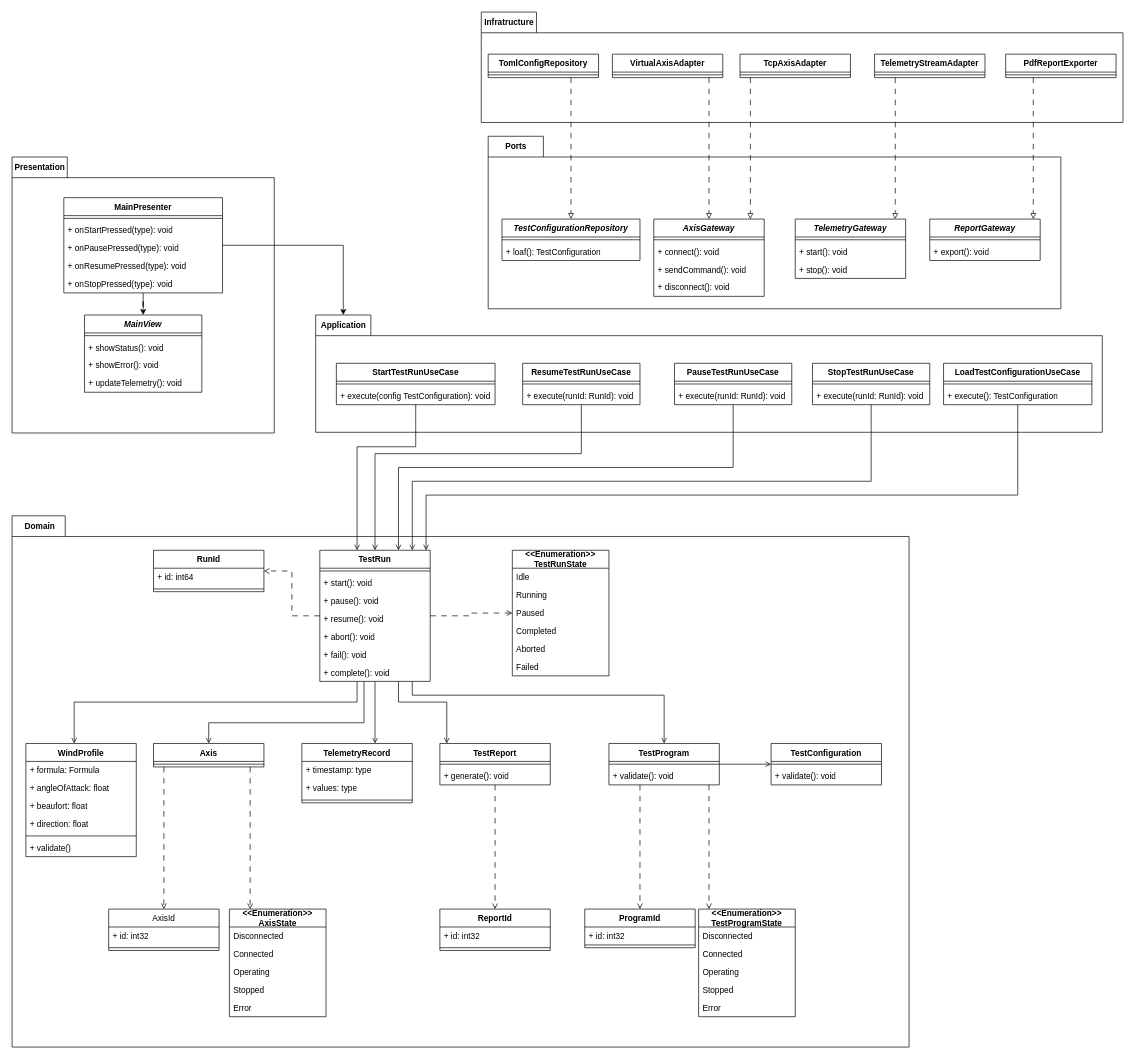
Before: page "ДК" (10 of 10) of docs/diagrams/analytics-artifacts.drawio in TarkWight/uas-test-system, a draw.io diagram. Source tidied: cells renumbered, new cells numbered last; positions are measured from the earlier drawing's top-left corner, leaving out a move shared by most shapes. Both pictures are drawn from the tidied source at 69%, with x=0, y=0 at pixel (12, 12).
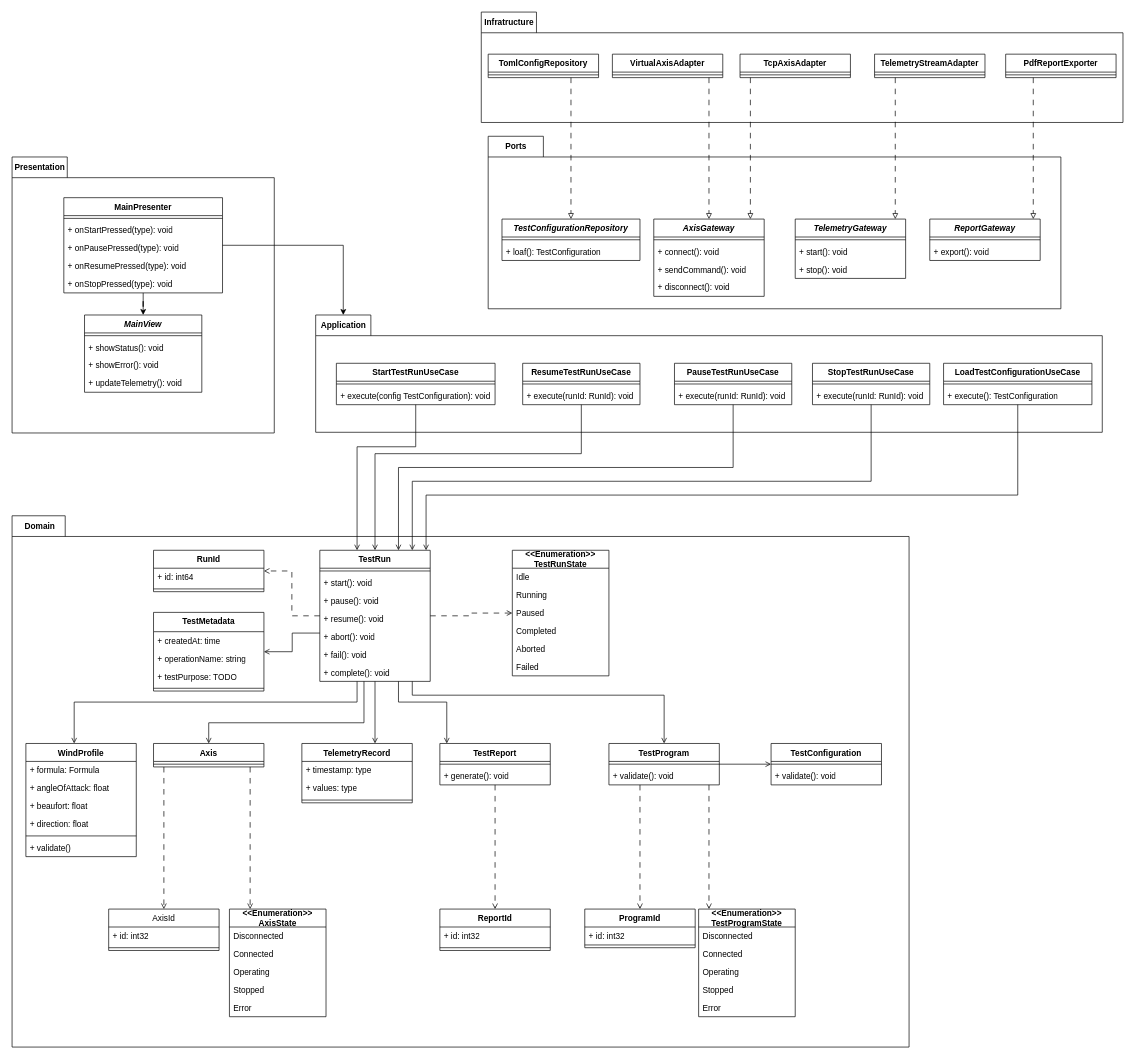
The same page after the edit.

The change refers to these unchanged cells:
```xml
<mxCell id="68" value="TestRun" style="swimlane;fontStyle=1;align=center;verticalAlign=top;horizontal=1;startSize=26;whiteSpace=wrap;html=1;" parent="1" vertex="1">
  <mxGeometry x="446" y="780" width="160" height="190" as="geometry" />
</mxCell>
```

Diff of the diagram source:
```diff
@@
+    <mxCell id="149" style="edgeStyle=orthogonalEdgeStyle;rounded=0;jettySize=auto;html=1;endArrow=open;endFill=0;" parent="1" edge="1" source="68" target="150">
+      <mxGeometry relative="1" as="geometry">
+        <Array as="points">
+          <mxPoint x="406" y="900" />
+          <mxPoint x="406" y="927" />
+        </Array>
+      </mxGeometry>
+    </mxCell>
@@
+    <mxCell id="150" value="TestMetadata" style="swimlane;fontStyle=1;align=center;verticalAlign=top;horizontal=1;startSize=28;whiteSpace=wrap;html=1;" parent="1" vertex="1">
+      <mxGeometry x="205" y="870" width="160" height="114" as="geometry" />
+    </mxCell>
+    <mxCell id="151" value="+ createdAt: time" style="text;strokeColor=none;fillColor=none;align=left;verticalAlign=top;spacingLeft=4;spacingRight=4;overflow=hidden;whiteSpace=wrap;html=1;" parent="150" vertex="1">
+      <mxGeometry y="28" width="160" height="26" as="geometry" />
+    </mxCell>
+    <mxCell id="152" value="+ operationName: string" style="text;strokeColor=none;fillColor=none;align=left;verticalAlign=top;spacingLeft=4;spacingRight=4;overflow=hidden;whiteSpace=wrap;html=1;" parent="150" vertex="1">
+      <mxGeometry y="54" width="160" height="26" as="geometry" />
+    </mxCell>
+    <mxCell id="153" value="+ testPurpose: TODO" style="text;strokeColor=none;fillColor=none;align=left;verticalAlign=top;spacingLeft=4;spacingRight=4;overflow=hidden;whiteSpace=wrap;html=1;" parent="150" vertex="1">
+      <mxGeometry y="80" width="160" height="26" as="geometry" />
+    </mxCell>
+    <mxCell id="154" style="line;strokeWidth=1;fillColor=none;align=left;verticalAlign=middle;spacingTop=-1;spacingLeft=3;spacingRight=3;labelPosition=right;strokeColor=inherit;" parent="150" vertex="1">
+      <mxGeometry y="106" width="160" height="8" as="geometry" />
+    </mxCell>
```
